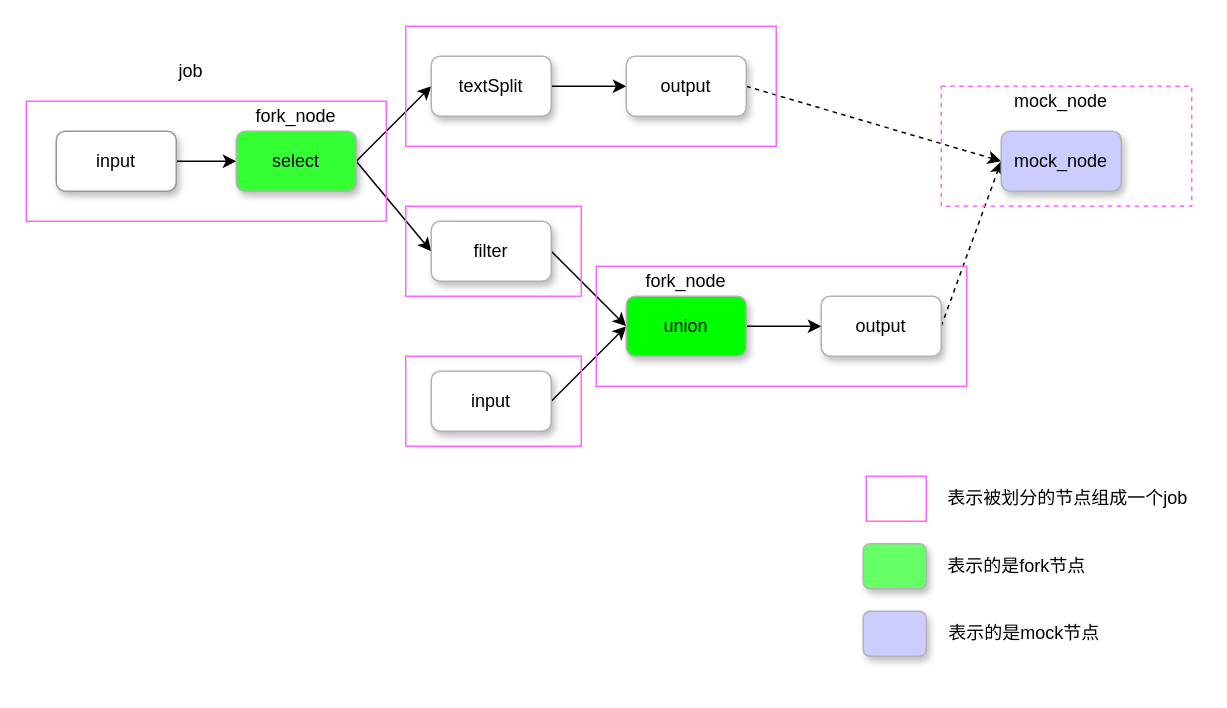
Above: alex.drawio in yugecxy/diagram (draw.io), before the change. Source tidied: cells renumbered, new cells numbered last; positions are measured from the earlier drawing's top-left corner, leaving out a move shared by most shapes. Both pictures are drawn from the tidied source at 150%, with x=0, y=0 at pixel (26, 26).
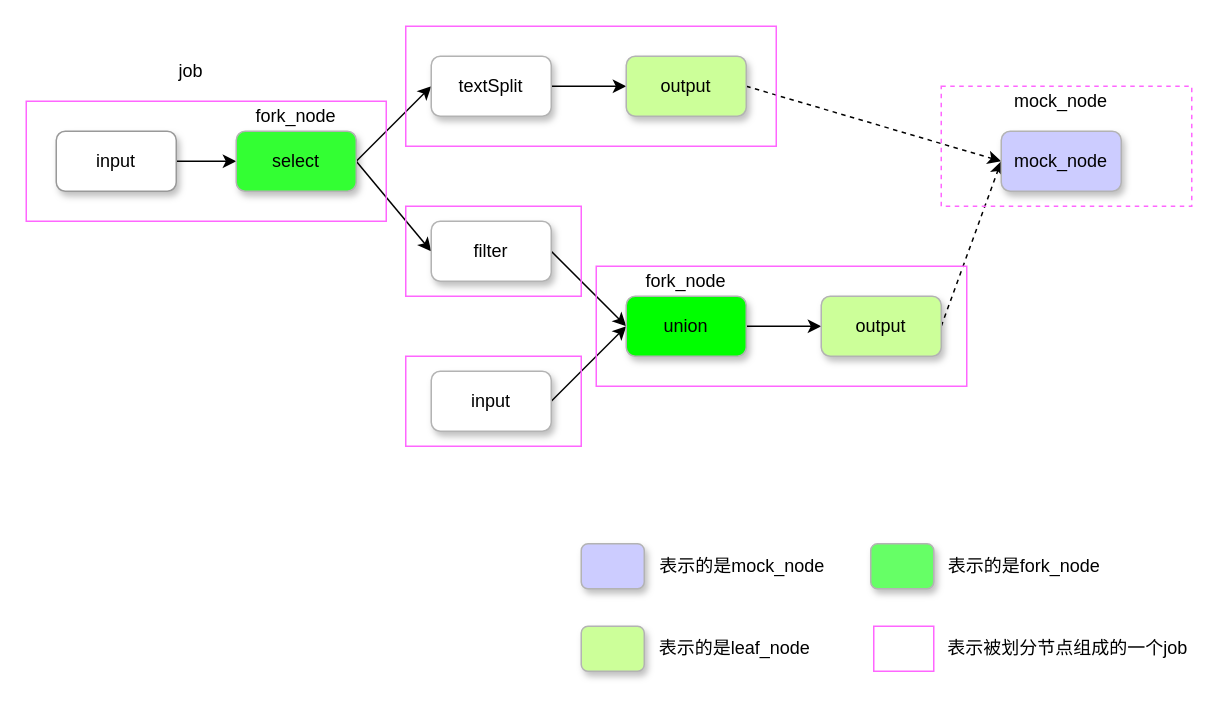
After the change.

Diff of the diagram source:
```diff
@@
-    <mxCell id="16" value="output" style="rounded=1;whiteSpace=wrap;html=1;shadow=1;strokeColor=#B3B3B3;" parent="1" vertex="1">
+    <mxCell id="16" value="output" style="rounded=1;whiteSpace=wrap;html=1;shadow=1;strokeColor=#B3B3B3;fillColor=#CCFF99;" parent="1" vertex="1">
       <mxGeometry x="530" y="180" width="80" height="40" as="geometry" />
     </mxCell>
@@
-    <mxCell id="18" value="output" style="rounded=1;whiteSpace=wrap;html=1;shadow=1;strokeColor=#B3B3B3;" parent="1" vertex="1">
+    <mxCell id="18" value="output" style="rounded=1;whiteSpace=wrap;html=1;shadow=1;strokeColor=#B3B3B3;fillColor=#CCFF99;" parent="1" vertex="1">
       <mxGeometry x="400" y="20" width="80" height="40" as="geometry" />
     </mxCell>
@@
-    <mxCell id="20" style="rounded=0;whiteSpace=wrap;html=1;shadow=0;strokeColor=#FF66FF;fillColor=none;" parent="1" vertex="1">
-      <mxGeometry x="253" width="247" height="80" as="geometry" />
-    </mxCell>
@@
     <mxCell id="23" style="rounded=0;whiteSpace=wrap;html=1;shadow=0;strokeColor=#FF66FF;fillColor=none;" parent="1" vertex="1">
-      <mxGeometry x="380" y="160" width="247" height="80" as="geometry" />
+      <mxGeometry x="253" width="247" height="80" as="geometry" />
     </mxCell>
@@
     <mxCell id="30" style="rounded=0;whiteSpace=wrap;html=1;shadow=0;strokeColor=#FF66FF;fillColor=none;" parent="1" vertex="1">
-      <mxGeometry x="560" y="300" width="40" height="30" as="geometry" />
+      <mxGeometry x="565" y="400" width="40" height="30" as="geometry" />
     </mxCell>
-    <mxCell id="31" value="表示被划分的节点组成一个job" style="text;html=1;align=center;verticalAlign=middle;" parent="1" vertex="1">
-      <mxGeometry x="603.5" y="305" width="180" height="20" as="geometry" />
+    <mxCell id="31" value="表示被划分节点组成的一个job" style="text;html=1;align=center;verticalAlign=middle;" parent="1" vertex="1">
+      <mxGeometry x="603.5" y="405" width="180" height="20" as="geometry" />
     </mxCell>
-    <mxCell id="32" value="表示的是fork节点" style="text;html=1;align=center;verticalAlign=middle;" parent="1" vertex="1">
-      <mxGeometry x="605" y="350" width="110" height="20" as="geometry" />
+    <mxCell id="32" value="表示的是fork_node" style="text;html=1;align=center;verticalAlign=middle;" parent="1" vertex="1">
+      <mxGeometry x="605" y="350" width="120" height="20" as="geometry" />
     </mxCell>
     <mxCell id="33" style="rounded=1;whiteSpace=wrap;html=1;shadow=1;strokeColor=#B3B3B3;fillColor=#CCCCFF;" parent="1" vertex="1">
-      <mxGeometry x="558" y="390" width="42" height="30" as="geometry" />
+      <mxGeometry x="370" y="345" width="42" height="30" as="geometry" />
     </mxCell>
-    <mxCell id="34" value="表示的是mock节点" style="text;html=1;align=center;verticalAlign=middle;" parent="1" vertex="1">
-      <mxGeometry x="605" y="395" width="120" height="20" as="geometry" />
+    <mxCell id="34" value="表示的是mock_node" style="text;html=1;align=center;verticalAlign=middle;" parent="1" vertex="1">
+      <mxGeometry x="412" y="350" width="130" height="20" as="geometry" />
     </mxCell>
     <mxCell id="35" style="rounded=1;whiteSpace=wrap;html=1;shadow=1;strokeColor=#B3B3B3;fillColor=#66FF66;" parent="1" vertex="1">
-      <mxGeometry x="558" y="345" width="42" height="30" as="geometry" />
+      <mxGeometry x="563" y="345" width="42" height="30" as="geometry" />
     </mxCell>
+    <mxCell id="36" style="rounded=0;whiteSpace=wrap;html=1;shadow=0;strokeColor=#FF66FF;fillColor=none;" parent="1" vertex="1">
+      <mxGeometry x="380" y="160" width="247" height="80" as="geometry" />
+    </mxCell>
+    <mxCell id="37" style="rounded=1;whiteSpace=wrap;html=1;shadow=1;strokeColor=#B3B3B3;fillColor=#CCFF99;" parent="1" vertex="1">
+      <mxGeometry x="370" y="400" width="42" height="30" as="geometry" />
+    </mxCell>
+    <mxCell id="38" value="表示的是leaf_node" style="text;html=1;align=center;verticalAlign=middle;" parent="1" vertex="1">
+      <mxGeometry x="412" y="405" width="120" height="20" as="geometry" />
+    </mxCell>
```
